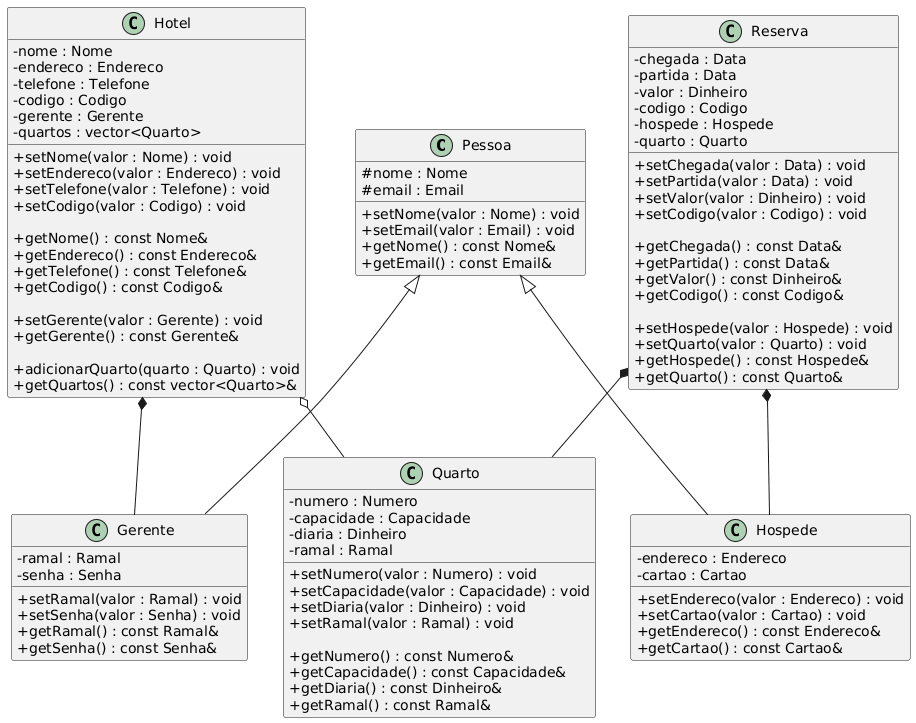
Before: docs/uml/diagramauml.png, a diagram exported from PlantUML (deboragoncalves35/ProjetoTP1_2.2025).
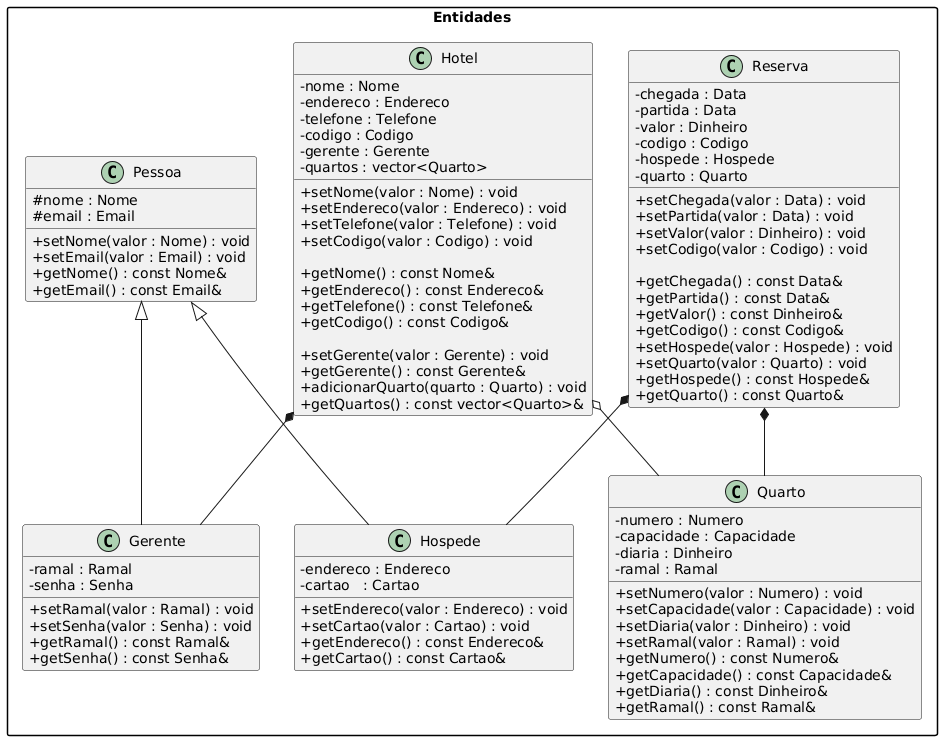
After the commit.

Commit message:
Atualiza diagrama UML com versão revisada

What changed in the source:
```diff
@@ -1,101 +1,102 @@
 @startuml
 skinparam classAttributeIconSize 0
+skinparam packageStyle rectangle
+skinparam shadowing false
 
+package "Entidades" {
 
-class Pessoa {
-    # nome : Nome
-    # email : Email
+    class Pessoa {
+        # nome : Nome
+        # email : Email
 
-    + setNome(valor : Nome) : void
-    + setEmail(valor : Email) : void
-    + getNome() : const Nome&
-    + getEmail() : const Email&
-}
+        + setNome(valor : Nome) : void
+        + setEmail(valor : Email) : void
+        + getNome() : const Nome&
+        + getEmail() : const Email&
+    }
 
-class Gerente {
-    - ramal : Ramal
-    - senha : Senha
+    class Gerente {
+        - ramal : Ramal
+        - senha : Senha
 
-    + setRamal(valor : Ramal) : void
-    + setSenha(valor : Senha) : void
-    + getRamal() : const Ramal&
-    + getSenha() : const Senha&
-}
+        + setRamal(valor : Ramal) : void
+        + setSenha(valor : Senha) : void
+        + getRamal() : const Ramal&
+        + getSenha() : const Senha&
+    }
 
-class Hospede {
-    - endereco : Endereco
-    - cartao : Cartao
+    class Hospede {
+        - endereco : Endereco
+        - cartao   : Cartao
 
-    + setEndereco(valor : Endereco) : void
-    + setCartao(valor : Cartao) : void
-    + getEndereco() : const Endereco&
-    + getCartao() : const Cartao&
-}
+        + setEndereco(valor : Endereco) : void
+        + setCartao(valor : Cartao) : void
+        + getEndereco() : const Endereco&
+        + getCartao() : const Cartao&
+    }
 
-class Quarto {
-    - numero : Numero
-    - capacidade : Capacidade
-    - diaria : Dinheiro
-    - ramal : Ramal
+    class Hotel {
+        - nome : Nome
+        - endereco : Endereco
+        - telefone : Telefone
+        - codigo : Codigo
+        - gerente : Gerente
+        - quartos : vector<Quarto>
 
-    + setNumero(valor : Numero) : void
-    + setCapacidade(valor : Capacidade) : void
-    + setDiaria(valor : Dinheiro) : void
-    + setRamal(valor : Ramal) : void
+        + setNome(valor : Nome) : void
+        + setEndereco(valor : Endereco) : void
+        + setTelefone(valor : Telefone) : void
+        + setCodigo(valor : Codigo) : void
 
-    + getNumero() : const Numero&
-    + getCapacidade() : const Capacidade&
-    + getDiaria() : const Dinheiro&
-    + getRamal() : const Ramal&
-}
+        + getNome() : const Nome&
+        + getEndereco() : const Endereco&
+        + getTelefone() : const Telefone&
+        + getCodigo() : const Codigo&
 
-class Hotel {
-    - nome : Nome
-    - endereco : Endereco
-    - telefone : Telefone
-    - codigo : Codigo
-    - gerente : Gerente
-    - quartos : vector<Quarto>
+        + setGerente(valor : Gerente) : void
+        + getGerente() : const Gerente&
+        + adicionarQuarto(quarto : Quarto) : void
+        + getQuartos() : const vector<Quarto>&
+    }
 
-    + setNome(valor : Nome) : void
-    + setEndereco(valor : Endereco) : void
-    + setTelefone(valor : Telefone) : void
-    + setCodigo(valor : Codigo) : void
+    class Quarto {
+        - numero : Numero
+        - capacidade : Capacidade
+        - diaria : Dinheiro
+        - ramal : Ramal
 
-    + getNome() : const Nome&
-    + getEndereco() : const Endereco&
-    + getTelefone() : const Telefone&
-    + getCodigo() : const Codigo&
+        + setNumero(valor : Numero) : void
+        + setCapacidade(valor : Capacidade) : void
+        + setDiaria(valor : Dinheiro) : void
+        + setRamal(valor : Ramal) : void
+        + getNumero() : const Numero&
+        + getCapacidade() : const Capacidade&
+        + getDiaria() : const Dinheiro&
+        + getRamal() : const Ramal&
+    }
 
-    + setGerente(valor : Gerente) : void
-    + getGerente() : const Gerente&
+    class Reserva {
+        - chegada : Data
+        - partida : Data
+        - valor : Dinheiro
+        - codigo : Codigo
+        - hospede : Hospede
+        - quarto : Quarto
 
-    + adicionarQuarto(quarto : Quarto) : void
-    + getQuartos() : const vector<Quarto>&
-}
+        + setChegada(valor : Data) : void
+        + setPartida(valor : Data) : void
+        + setValor(valor : Dinheiro) : void
+        + setCodigo(valor : Codigo) : void
 
-class Reserva {
-    - chegada : Data
-    - partida : Data
-    - valor : Dinheiro
-    - codigo : Codigo
-    - hospede : Hospede
-    - quarto : Quarto
-
-    + setChegada(valor : Data) : void
-    + setPartida(valor : Data) : void
-    + setValor(valor : Dinheiro) : void
-    + setCodigo(valor : Codigo) : void
-
-    + getChegada() : const Data&
-    + getPartida() : const Data&
-    + getValor() : const Dinheiro&
-    + getCodigo() : const Codigo&
-
-    + setHospede(valor : Hospede) : void
-    + setQuarto(valor : Quarto) : void
-    + getHospede() : const Hospede&
-    + getQuarto() : const Quarto&
+        + getChegada() : const Data&
+        + getPartida() : const Data&
+        + getValor() : const Dinheiro&
+        + getCodigo() : const Codigo&
+        + setHospede(valor : Hospede) : void
+        + setQuarto(valor : Quarto) : void
+        + getHospede() : const Hospede&
+        + getQuarto() : const Quarto&
+    }
 }
 
 
```
